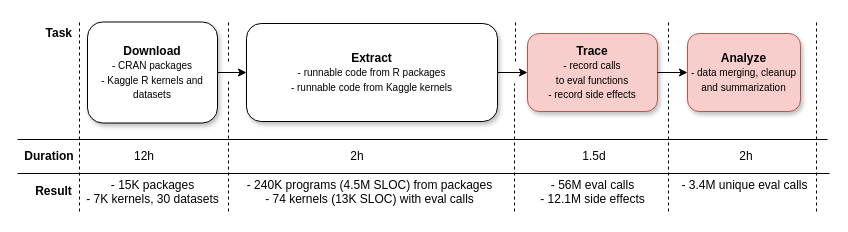
Above: paper/img/pipeline.drawio in aviralg/revalstudy (draw.io), before the change. Source tidied: cells renumbered, new cells numbered last; positions are measured from the earlier drawing's top-left corner, leaving out a move shared by most shapes. Both pictures are drawn from the tidied source at 100%, with x=0, y=0 at pixel (17, 21).
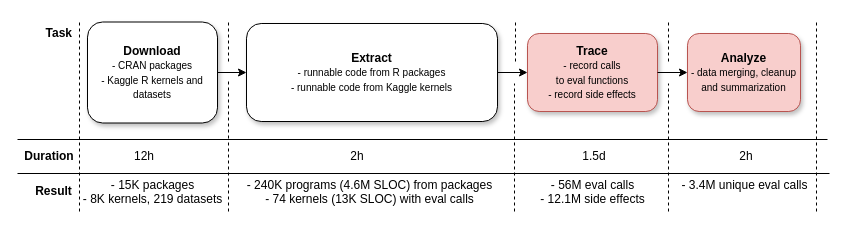
Above is the later version.

The edit, as a diff of the source:
```diff
@@
-    <mxCell id="20" value="&lt;div align=&quot;center&quot;&gt;- 15K packages&lt;br&gt;&lt;/div&gt;&lt;div&gt;- 7K kernels, 30 datasets&lt;/div&gt;" style="text;html=1;align=center;" parent="1" vertex="1">
+    <mxCell id="20" value="&lt;div align=&quot;center&quot;&gt;- 15K packages&lt;br&gt;&lt;/div&gt;&lt;div&gt;- 8K kernels, 219 datasets&lt;/div&gt;" style="text;html=1;align=center;" parent="1" vertex="1">
       <mxGeometry x="72" y="150" width="125" height="44" as="geometry" />
     </mxCell>
@@
-    <mxCell id="24" value="&lt;div align=&quot;center&quot;&gt;&lt;span&gt;- 240K programs (4.5M SLOC)&amp;nbsp;&lt;/span&gt;&lt;span&gt;from packages&lt;/span&gt;&lt;/div&gt;&lt;div&gt;- 74 kernels (13K SLOC) with eval calls&lt;/div&gt;" style="text;html=1;align=center;" parent="1" vertex="1">
+    <mxCell id="24" value="&lt;div align=&quot;center&quot;&gt;&lt;span&gt;- 240K programs (4.6M SLOC)&amp;nbsp;&lt;/span&gt;&lt;span&gt;from packages&lt;/span&gt;&lt;/div&gt;&lt;div&gt;- 74 kernels (13K SLOC) with eval calls&lt;/div&gt;" style="text;html=1;align=center;" parent="1" vertex="1">
       <mxGeometry x="223" y="150" width="257" height="40" as="geometry" />
     </mxCell>
```
